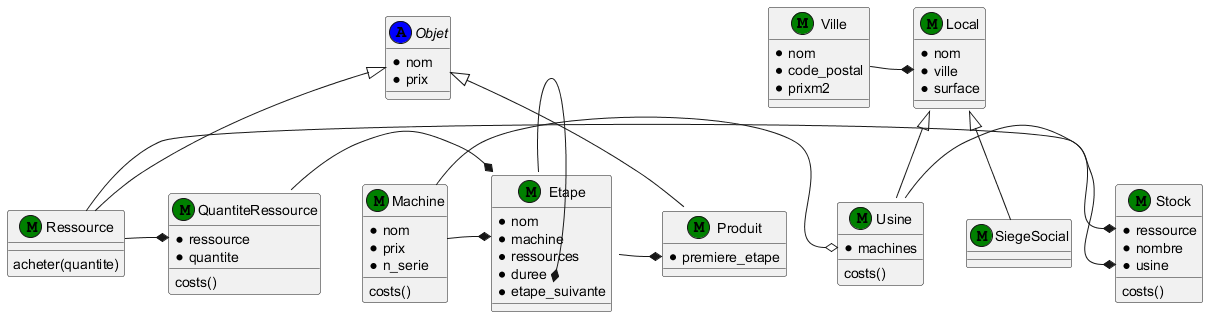
AntnGP/CrayonM2ISTR_AGP_HA keeps this PlantUML diagram as crayon/UMLcrayon.png. Above is the earlier version.
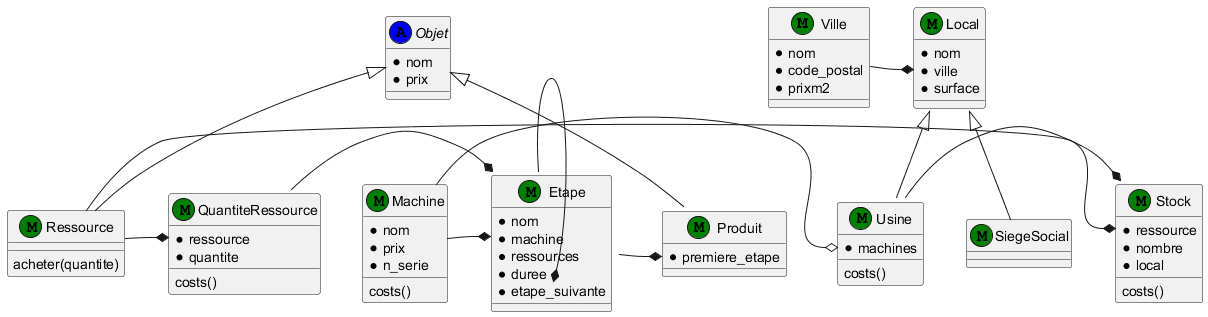
Later version of the same file.

Commit message:
mise a jour uml

correction erreur dans stock

Change to the diagram source:
```diff
@@ -49,7 +49,7 @@
 class Stock << (M,green) >> {
     *ressource
     *nombre
-    *usine
+    *local
       costs()
 }
 
```
